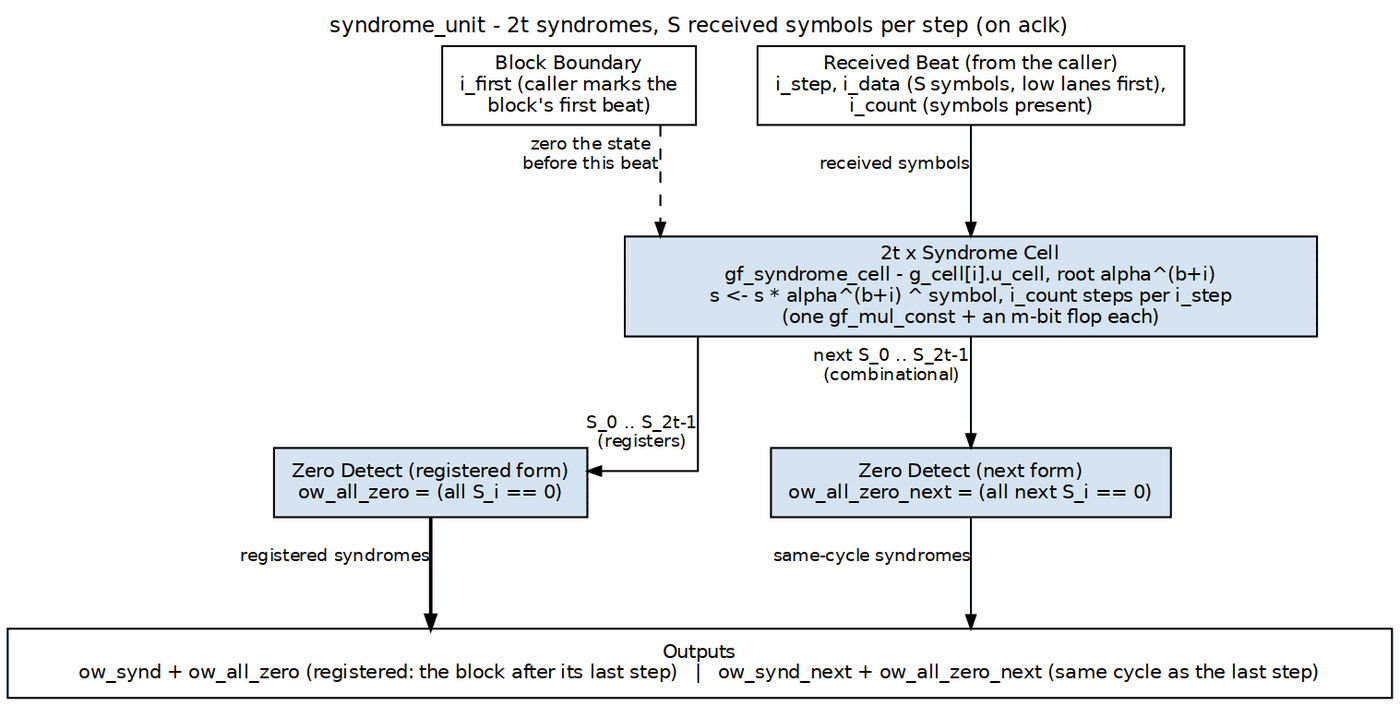
Earlier version of the Graphviz export projects/components/ecc-ip/reed-solomon/docs/reed_solomon_mas/assets/graphviz/rs_syndrome_unit.png (sean-galloway/RTLDesignSherpa). Its source is kept beside it as projects/components/ecc-ip/reed-solomon/docs/reed_solomon_mas/assets/graphviz/rs_syndrome_unit.dot.
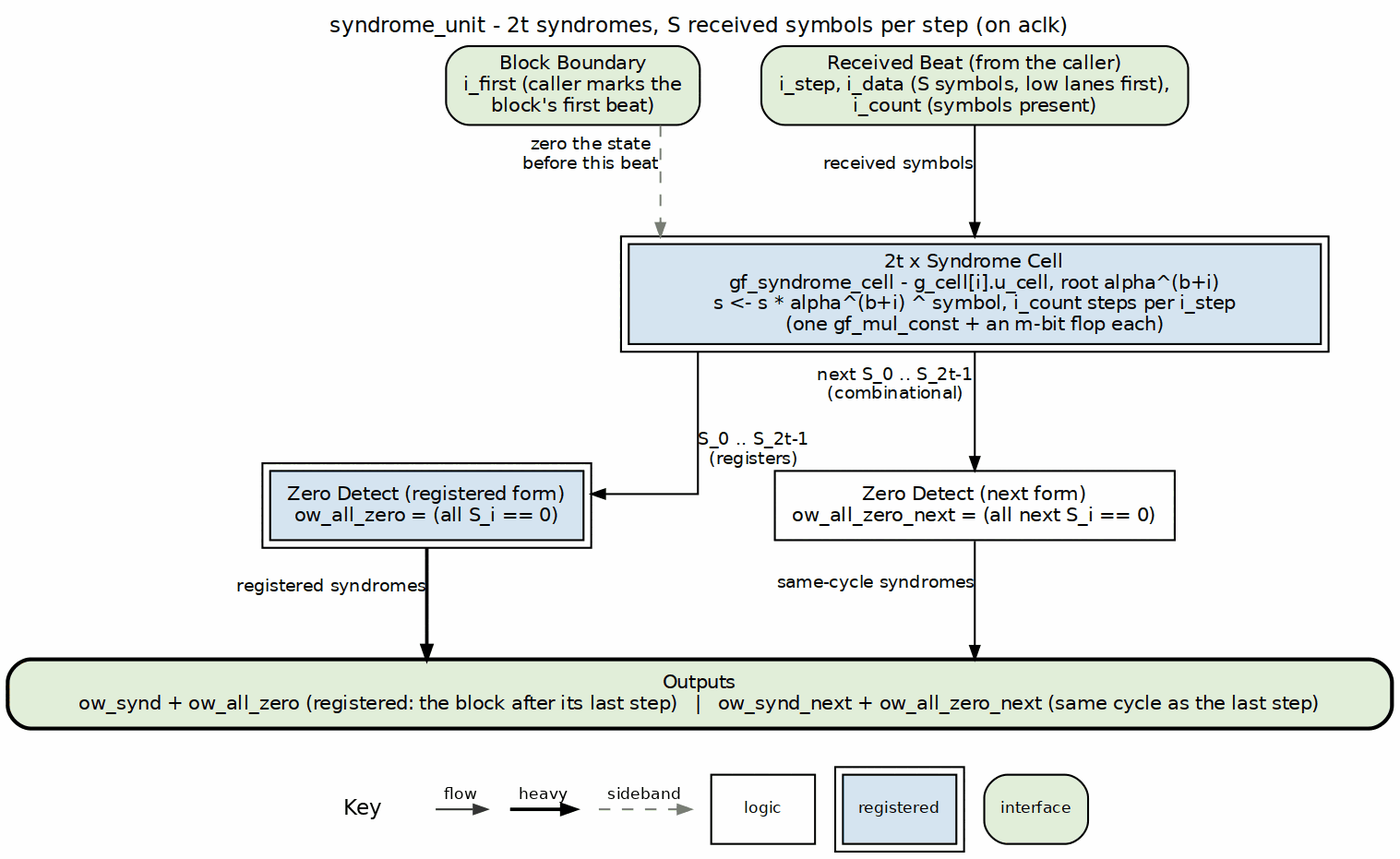
After the commit.

Change to the diagram source:
```diff
@@ -3,22 +3,22 @@
            nodesep="0.45", ranksep="0.80", splines=ortho, newrank=true,
            labelloc=t, labeljust=c];
     node  [fontname="Helvetica", fontsize=10, shape=box, style=filled,
-           fillcolor="#D6E4F0", color="black", margin="0.12,0.06"];
+           fillcolor="white", color="black", margin="0.12,0.06"];
     edge  [fontname="Helvetica", fontsize=9, color="black", arrowsize=0.7];
     label="syndrome_unit - 2t syndromes, S received symbols per step (on aclk)";
 
-    in    [label="Received Beat (from the caller)\ni_step, i_data (S symbols, low lanes first),\ni_count (symbols present)", fillcolor="white", group=C];
-    first [label="Block Boundary\ni_first (caller marks the\nblock's first beat)", fillcolor="white", group=L];
+    in    [label="Received Beat (from the caller)\ni_step, i_data (S symbols, low lanes first),\ni_count (symbols present)", fillcolor="white", group=C, style="rounded,filled", fillcolor="#E2EFDA"];
+    first [label="Block Boundary\ni_first (caller marks the\nblock's first beat)", fillcolor="white", group=L, style="rounded,filled", fillcolor="#E2EFDA"];
 
-    cells [label="2t x Syndrome Cell\ngf_syndrome_cell - g_cell[i].u_cell, root alpha^(b+i)\ns <- s * alpha^(b+i) ^ symbol, i_count steps per i_step\n(one gf_mul_const + an m-bit flop each)", group=C, width=5.0];
-    zreg  [label="Zero Detect (registered form)\now_all_zero = (all S_i == 0)", group=A];
-    znxt  [label="Zero Detect (next form)\now_all_zero_next = (all next S_i == 0)", group=C];
+    cells [label="2t x Syndrome Cell\ngf_syndrome_cell - g_cell[i].u_cell, root alpha^(b+i)\ns <- s * alpha^(b+i) ^ symbol, i_count steps per i_step\n(one gf_mul_const + an m-bit flop each)", group=C, width=5.0, peripheries=2, style="filled", fillcolor="#D6E4F0"];
+    zreg  [label="Zero Detect (registered form)\now_all_zero = (all S_i == 0)", group=A, peripheries=2, style="filled", fillcolor="#D6E4F0"];
+    znxt  [label="Zero Detect (next form)\now_all_zero_next = (all next S_i == 0)", group=C, style="filled", fillcolor="white"];
 
     bar   [label="Outputs\now_synd + ow_all_zero (registered: the block after its last step)   |   ow_synd_next + ow_all_zero_next (same cycle as the last step)",
-           fillcolor="white", width=10.0];
+           fillcolor="white", width=10.0, style="rounded,filled,bold", fillcolor="#E2EFDA"];
 
     in    -> cells [xlabel="received symbols"];
-    first -> cells [style=dashed, xlabel="zero the state\nbefore this beat"];
+    first -> cells [style=dashed, color="#777777", xlabel="zero the state\nbefore this beat"];
     cells -> zreg  [xlabel="S_0 .. S_2t-1\n(registers)"];
     cells -> znxt  [xlabel="next S_0 .. S_2t-1\n(combinational)"];
     zreg  -> bar   [xlabel="registered syndromes", penwidth=1.8];
```
